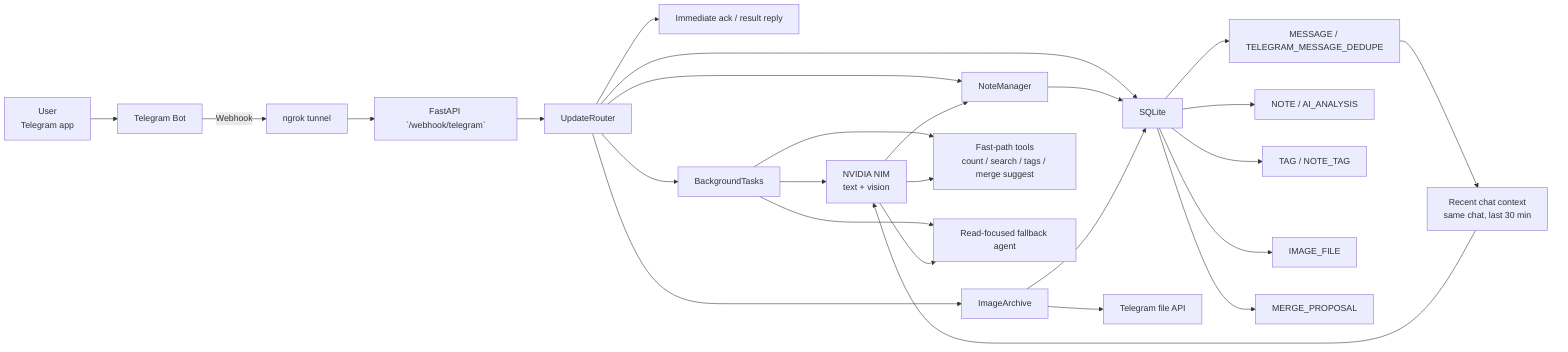
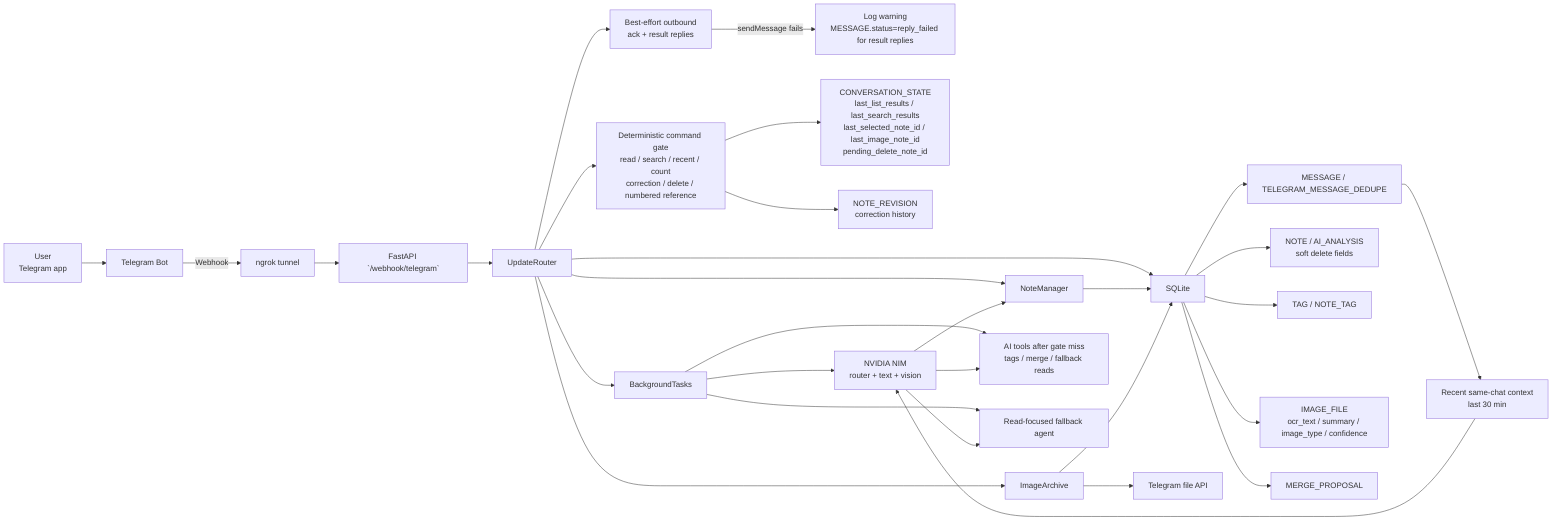
flowchart LR
    User["User<br/>Telegram app"] --> Bot["Telegram Bot"]
    Bot -->|Webhook| Tunnel["ngrok tunnel"]
    Tunnel --> API["FastAPI `/webhook/telegram`"]

    API --> Router["UpdateRouter"]
-     Router --> Ack["Immediate ack / result reply"]
+     Router --> Ack["Best-effort outbound<br/>ack + result replies"]
+     Ack -->|sendMessage fails| ReplyFailed["Log warning<br/>MESSAGE.status=reply_failed for result replies"]
    Router --> BG["BackgroundTasks"]
+     Router --> Gate["Deterministic command gate<br/>read / search / recent / count<br/>correction / delete / numbered reference"]
    Router --> Archive["ImageArchive"]
    Router --> Manager["NoteManager"]
    Router --> DB["SQLite"]

-     BG --> NIM["NVIDIA NIM<br/>text + vision"]
-     BG --> FastTools["Fast-path tools<br/>count / search / tags / merge suggest"]
+     Gate --> State["CONVERSATION_STATE<br/>last_list_results / last_search_results<br/>last_selected_note_id / last_image_note_id<br/>pending_delete_note_id"]
+     Gate --> Revisions["NOTE_REVISION<br/>correction history"]
+     BG --> NIM["NVIDIA NIM<br/>router + text + vision"]
+     BG --> FastTools["AI tools after gate miss<br/>tags / merge / fallback reads"]
    BG --> AgentFallback["Read-focused fallback agent"]

    Manager --> DB
    Archive --> TGFile["Telegram file API"]
    Archive --> DB
    NIM --> Manager
    NIM --> FastTools
    NIM --> AgentFallback

    DB --> Msg["MESSAGE / TELEGRAM_MESSAGE_DEDUPE"]
-     DB --> Notes["NOTE / AI_ANALYSIS"]
+     DB --> Notes["NOTE / AI_ANALYSIS<br/>soft delete fields"]
    DB --> Tags["TAG / NOTE_TAG"]
-     DB --> Media["IMAGE_FILE"]
+     DB --> Media["IMAGE_FILE<br/>ocr_text / summary / image_type / confidence"]
    DB --> Merge["MERGE_PROPOSAL"]

-     Msg --> Context["Recent chat context<br/>same chat, last 30 min"]
+     Msg --> Context["Recent same-chat context<br/>last 30 min"]
    Context --> NIM
